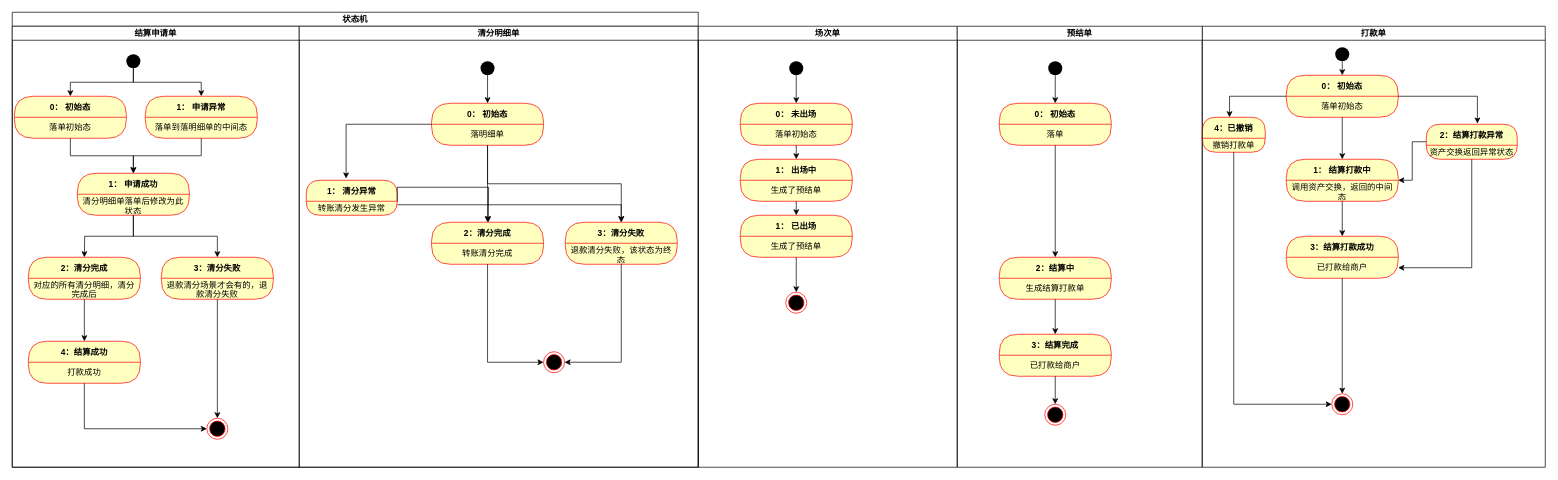
DominicElvira/Diagrams keeps this draw.io diagram as merchant-settle/状态机.drawio. Above is the earlier version. Source tidied: cells renumbered, new cells numbered last; positions are measured from the earlier drawing's top-left corner, leaving out a move shared by most shapes. Both pictures are drawn from the tidied source at 70%, with x=0, y=0 at pixel (12, 12).
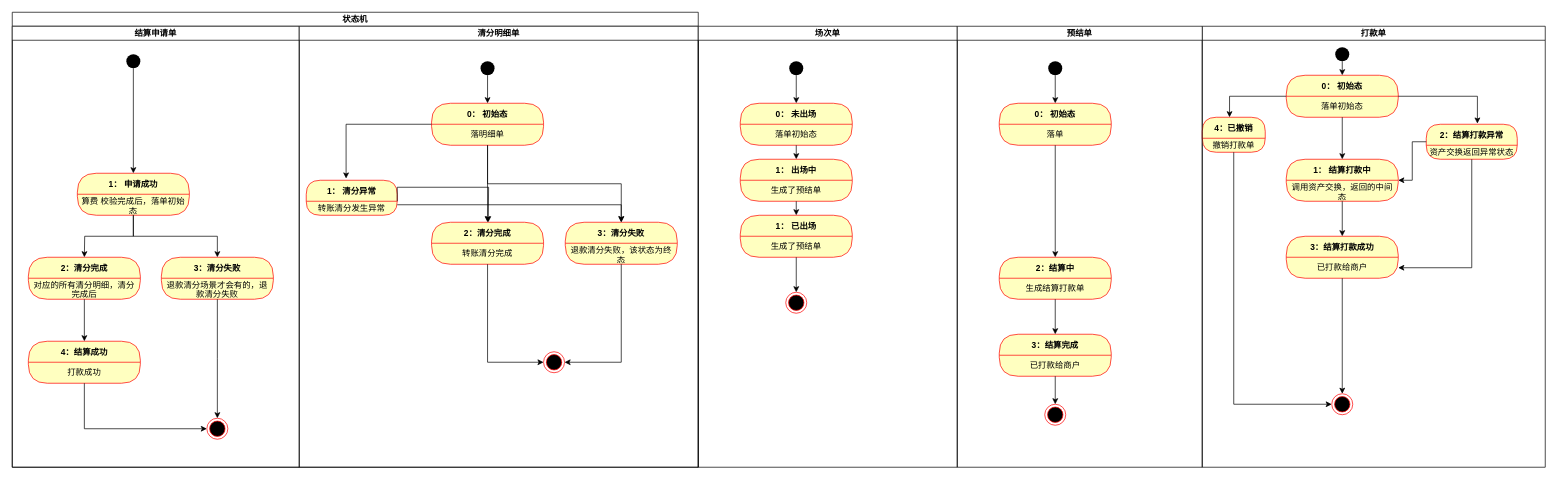
After the change.

Unchanged cells that the change refers to:
```xml
<mxCell id="3" value="结算申请单" style="swimlane;startSize=20;" parent="2" vertex="1">
  <mxGeometry y="20" width="410" height="630" as="geometry" />
</mxCell>
<mxCell id="6" style="ellipse;fillColor=#000000;strokeColor=none;" parent="3" vertex="1">
  <mxGeometry x="163" y="40" width="20" height="20" as="geometry" />
</mxCell>
<mxCell id="38" value="1： 申请成功" style="swimlane;fontStyle=1;align=center;verticalAlign=middle;horizontal=1;startSize=30;fontColor=#000000;rounded=1;arcSize=30;strokeColor=#ff0000;fillColor=#ffffc0;swimlaneFillColor=#ffffc0;" parent="1" vertex="1">
  <mxGeometry x="93" y="230" width="160" height="60" as="geometry" />
</mxCell>
```

What changed in the source:
```diff
@@
-    <mxCell id="4" style="edgeStyle=orthogonalEdgeStyle;rounded=0;jettySize=auto;html=1;exitX=0.5;exitY=1;exitDx=0;exitDy=0;entryX=0.5;entryY=0;entryDx=0;entryDy=0;" parent="3" edge="1" target="7">
-      <mxGeometry relative="1" as="geometry">
-        <mxPoint x="173" y="60" as="sourcePoint" />
-        <Array as="points">
-          <mxPoint x="173" y="80" />
-          <mxPoint x="83" y="80" />
-        </Array>
-      </mxGeometry>
-    </mxCell>
-    <mxCell id="5" style="edgeStyle=orthogonalEdgeStyle;rounded=0;jettySize=auto;html=1;exitX=0.5;exitY=1;exitDx=0;exitDy=0;entryX=0.5;entryY=0;entryDx=0;entryDy=0;" parent="3" edge="1" source="6" target="18">
-      <mxGeometry relative="1" as="geometry" />
-    </mxCell>
@@
-    <mxCell id="7" value="0： 初始态" style="swimlane;fontStyle=1;align=center;verticalAlign=middle;horizontal=1;startSize=30;fontColor=#000000;rounded=1;arcSize=30;strokeColor=#ff0000;fillColor=#ffffc0;swimlaneFillColor=#ffffc0;" parent="3" vertex="1">
-      <mxGeometry x="3" y="100" width="160" height="60" as="geometry" />
-    </mxCell>
-    <mxCell id="8" value="落单初始态" style="text;html=1;strokeColor=none;fillColor=none;align=center;verticalAlign=middle;spacingLeft=4;spacingRight=4;whiteSpace=wrap;overflow=hidden;fontColor=#000000;" parent="7" vertex="1">
-      <mxGeometry y="30" width="160" height="30" as="geometry" />
-    </mxCell>
@@
-    <mxCell id="18" value="1： 申请异常" style="swimlane;fontStyle=1;align=center;verticalAlign=middle;horizontal=1;startSize=30;fontColor=#000000;rounded=1;arcSize=30;strokeColor=#ff0000;fillColor=#ffffc0;swimlaneFillColor=#ffffc0;" parent="3" vertex="1">
-      <mxGeometry x="190" y="100" width="160" height="60" as="geometry" />
-    </mxCell>
-    <mxCell id="19" value="落单到落明细单的中间态" style="text;html=1;strokeColor=none;fillColor=none;align=center;verticalAlign=middle;spacingLeft=4;spacingRight=4;whiteSpace=wrap;overflow=hidden;fontColor=#000000;" parent="18" vertex="1">
-      <mxGeometry y="30" width="160" height="30" as="geometry" />
-    </mxCell>
@@
-    <mxCell id="39" value="清分明细单落单后修改为此状态" style="text;html=1;strokeColor=none;fillColor=none;align=center;verticalAlign=middle;spacingLeft=4;spacingRight=4;whiteSpace=wrap;overflow=hidden;fontColor=#000000;" parent="38" vertex="1">
+    <mxCell id="39" value="算费 校验完成后，落单初始态" style="text;html=1;strokeColor=none;fillColor=none;align=center;verticalAlign=middle;spacingLeft=4;spacingRight=4;whiteSpace=wrap;overflow=hidden;fontColor=#000000;" parent="38" vertex="1">
       <mxGeometry y="30" width="160" height="30" as="geometry" />
     </mxCell>
-    <mxCell id="40" style="edgeStyle=orthogonalEdgeStyle;rounded=0;jettySize=auto;html=1;exitX=0.5;exitY=1;exitDx=0;exitDy=0;entryX=0.5;entryY=0;entryDx=0;entryDy=0;" parent="1" edge="1" source="8" target="38">
-      <mxGeometry relative="1" as="geometry" />
-    </mxCell>
@@
-    <mxCell id="93" style="edgeStyle=orthogonalEdgeStyle;rounded=0;jettySize=auto;html=1;exitX=0.5;exitY=1;exitDx=0;exitDy=0;entryX=0.5;entryY=0;entryDx=0;entryDy=0;" parent="1" edge="1" source="19" target="38">
-      <mxGeometry relative="1" as="geometry" />
-    </mxCell>
+    <mxCell id="94" style="edgeStyle=orthogonalEdgeStyle;rounded=0;jettySize=auto;html=1;exitX=0.5;exitY=1;exitDx=0;exitDy=0;" parent="1" edge="1" source="6" target="38">
+      <mxGeometry relative="1" as="geometry" />
+    </mxCell>
```
